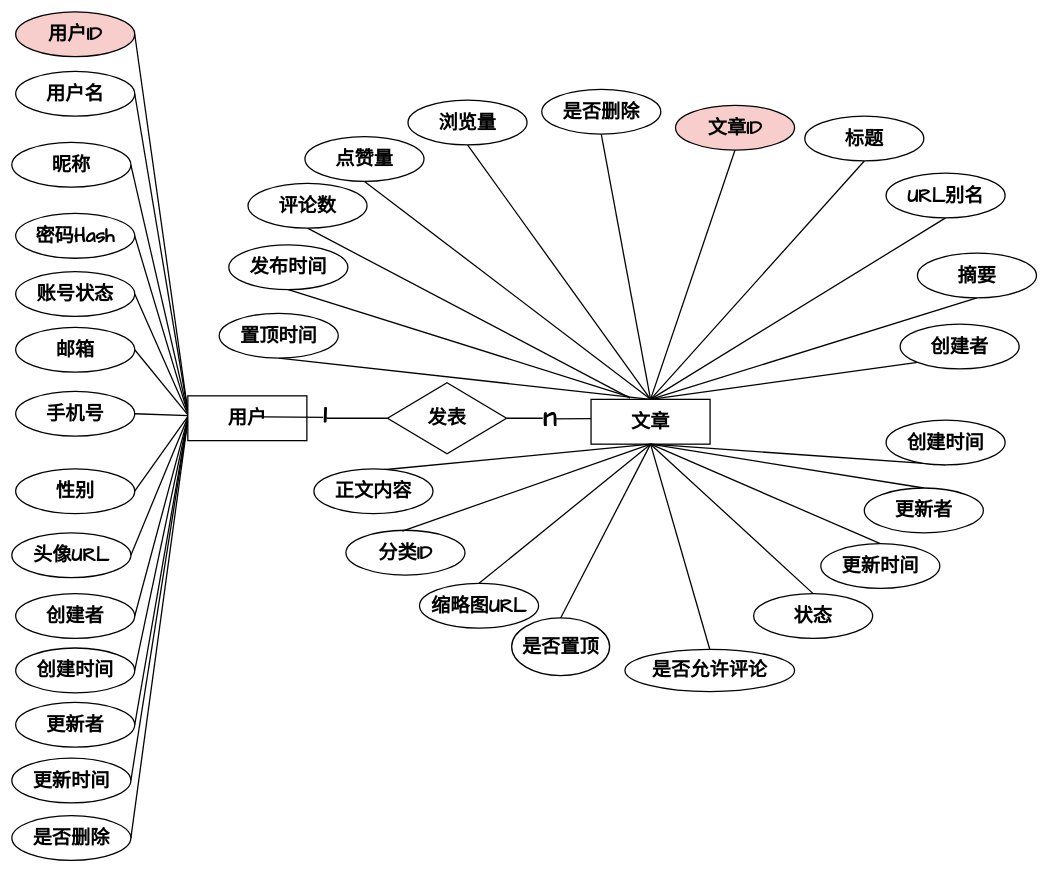
Above: graph/文章核心模块.drawio in zhangbird050801/bird-blog (draw.io), before the change. Source tidied: cells renumbered, new cells numbered last; positions are measured from the earlier drawing's top-left corner, leaving out a move shared by most shapes. Both pictures are drawn from the tidied source at 64%, with x=0, y=0 at pixel (12, 12).
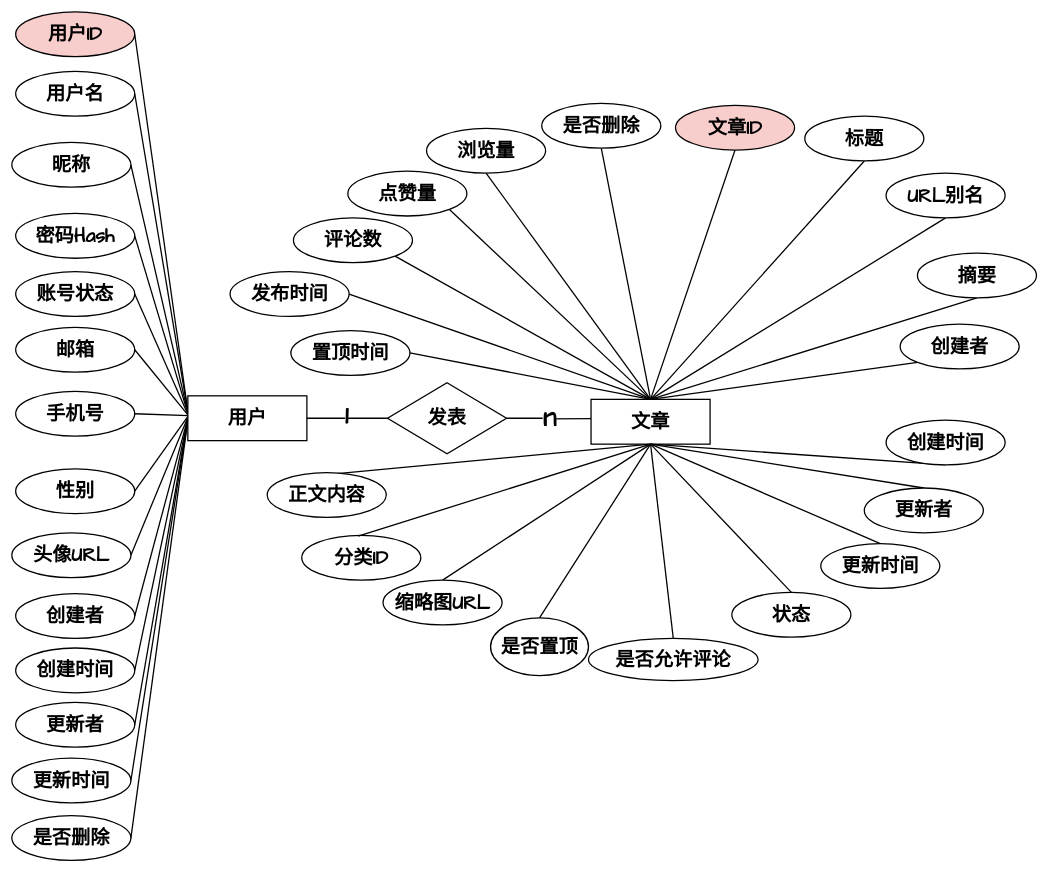
After the change.

Commit message (it also covers changes not shown here):
更新文章核心模块.drawio

The change refers to these unchanged cells:
```xml
<mxCell id="29" value="用户" style="rounded=0;whiteSpace=wrap;html=1;fontSize=30;fontFamily=Comic Sans MS;strokeColor=default;strokeWidth=2;align=center;verticalAlign=middle;fontColor=default;labelBackgroundColor=default;fontStyle=1;" parent="1" vertex="1">
  <mxGeometry x="275" y="600" width="186" height="70" as="geometry" />
</mxCell>
<mxCell id="35" value="发表" style="rhombus;whiteSpace=wrap;html=1;fontSize=30;fontFamily=Comic Sans MS;rounded=0;strokeColor=default;strokeWidth=2;align=center;verticalAlign=middle;fontColor=default;labelBackgroundColor=default;fontStyle=1;" parent="1" vertex="1">
  <mxGeometry x="587" y="579.5" width="186" height="111" as="geometry" />
</mxCell>
<mxCell id="36" value="文章" style="rounded=0;whiteSpace=wrap;html=1;fontSize=30;fontFamily=Comic Sans MS;strokeColor=default;strokeWidth=2;align=center;verticalAlign=middle;fontColor=default;labelBackgroundColor=default;fontStyle=1;" parent="1" vertex="1">
  <mxGeometry x="905" y="605.5" width="186" height="70" as="geometry" />
</mxCell>
```

What changed in the source:
```diff
@@
-    <mxCell id="31" style="edgeStyle=orthogonalEdgeStyle;rounded=0;jettySize=auto;html=1;exitX=1;exitY=0.5;exitDx=0;exitDy=0;entryX=0;entryY=0.5;entryDx=0;entryDy=0;endArrow=none;endFill=0;fontSize=30;fontFamily=Comic Sans MS;strokeColor=default;strokeWidth=2;align=center;verticalAlign=middle;fontColor=default;labelBackgroundColor=default;fontStyle=1;" parent="1" edge="1" target="35">
-      <mxGeometry relative="1" as="geometry">
-        <mxPoint x="394" y="633" as="sourcePoint" />
-      </mxGeometry>
+    <mxCell id="31" style="edgeStyle=orthogonalEdgeStyle;rounded=0;jettySize=auto;html=1;entryX=0;entryY=0.5;entryDx=0;entryDy=0;endArrow=none;endFill=0;fontSize=30;fontFamily=Comic Sans MS;strokeColor=default;strokeWidth=2;align=center;verticalAlign=middle;fontColor=default;labelBackgroundColor=default;fontStyle=1;exitX=1;exitY=0.5;exitDx=0;exitDy=0;" parent="1" edge="1" source="29" target="35">
+      <mxGeometry relative="1" as="geometry" />
     </mxCell>
@@
     <mxCell id="50" value="正文内容" style="whiteSpace=wrap;html=1;shape=ellipse;perimeter=ellipsePerimeter;fontSize=30;fontFamily=Comic Sans MS;rounded=0;strokeColor=default;strokeWidth=2;align=center;verticalAlign=middle;fontColor=default;labelBackgroundColor=default;fontStyle=1;" parent="1" vertex="1">
-      <mxGeometry x="472" y="714" width="186" height="70" as="geometry" />
+      <mxGeometry x="399" y="720" width="186" height="70" as="geometry" />
     </mxCell>
@@
     <mxCell id="54" value="是否删除" style="whiteSpace=wrap;html=1;shape=ellipse;perimeter=ellipsePerimeter;fontSize=30;fontFamily=Comic Sans MS;rounded=0;strokeColor=default;strokeWidth=2;align=center;verticalAlign=middle;fontColor=default;labelBackgroundColor=default;fontStyle=1;" parent="1" vertex="1">
-      <mxGeometry x="828" y="121" width="186" height="70" as="geometry" />
+      <mxGeometry x="828" y="143" width="186" height="70" as="geometry" />
     </mxCell>
     <mxCell id="55" value="是否置顶" style="whiteSpace=wrap;html=1;shape=ellipse;perimeter=ellipsePerimeter;fontSize=30;fontFamily=Comic Sans MS;rounded=0;strokeColor=default;strokeWidth=2;align=center;verticalAlign=middle;fontColor=default;labelBackgroundColor=default;fontStyle=1;" parent="1" vertex="1">
-      <mxGeometry x="781" y="947" width="153" height="90" as="geometry" />
+      <mxGeometry x="748" y="947" width="153" height="90" as="geometry" />
     </mxCell>
@@
     <mxCell id="57" value="缩略图URL" style="whiteSpace=wrap;html=1;shape=ellipse;perimeter=ellipsePerimeter;fontSize=30;fontFamily=Comic Sans MS;rounded=0;strokeColor=default;strokeWidth=2;align=center;verticalAlign=middle;fontColor=default;labelBackgroundColor=default;fontStyle=1;" parent="1" vertex="1">
-      <mxGeometry x="637" y="893" width="186" height="70" as="geometry" />
+      <mxGeometry x="580" y="888" width="186" height="70" as="geometry" />
     </mxCell>
@@
     <mxCell id="59" value="状态" style="whiteSpace=wrap;html=1;rounded=0;shape=ellipse;perimeter=ellipsePerimeter;fontSize=30;fontFamily=Comic Sans MS;strokeColor=default;strokeWidth=2;align=center;verticalAlign=middle;fontColor=default;labelBackgroundColor=default;fontStyle=1;" parent="1" vertex="1">
-      <mxGeometry x="1159" y="909" width="186" height="70" as="geometry" />
+      <mxGeometry x="1125" y="907" width="186" height="70" as="geometry" />
     </mxCell>
     <mxCell id="60" value="是否允许评论" style="whiteSpace=wrap;html=1;shape=ellipse;perimeter=ellipsePerimeter;fontSize=30;fontFamily=Comic Sans MS;rounded=0;strokeColor=default;strokeWidth=2;align=center;verticalAlign=middle;fontColor=default;labelBackgroundColor=default;fontStyle=1;" parent="1" vertex="1">
-      <mxGeometry x="958" y="996" width="265" height="66" as="geometry" />
+      <mxGeometry x="901" y="979" width="265" height="66" as="geometry" />
     </mxCell>
-    <mxCell id="61" style="rounded=0;jettySize=auto;html=1;exitX=0.5;exitY=1;exitDx=0;exitDy=0;endArrow=none;endFill=0;fontSize=30;fontFamily=Comic Sans MS;entryX=0.5;entryY=0;entryDx=0;entryDy=0;strokeColor=default;strokeWidth=2;align=center;verticalAlign=middle;fontColor=default;labelBackgroundColor=default;fontStyle=1;" parent="1" edge="1" source="62" target="36">
+    <mxCell id="61" style="rounded=0;jettySize=auto;html=1;exitX=1;exitY=0.5;exitDx=0;exitDy=0;endArrow=none;endFill=0;fontSize=30;fontFamily=Comic Sans MS;entryX=0.5;entryY=0;entryDx=0;entryDy=0;strokeColor=default;strokeWidth=2;align=center;verticalAlign=middle;fontColor=default;labelBackgroundColor=default;fontStyle=1;" parent="1" edge="1" source="62" target="36">
       <mxGeometry relative="1" as="geometry" />
     </mxCell>
     <mxCell id="62" value="置顶时间" style="whiteSpace=wrap;html=1;shape=ellipse;perimeter=ellipsePerimeter;fontSize=30;fontFamily=Comic Sans MS;rounded=0;strokeColor=default;strokeWidth=2;align=center;verticalAlign=middle;fontColor=default;labelBackgroundColor=default;fontStyle=1;" parent="1" vertex="1">
-      <mxGeometry x="324" y="471" width="186" height="70" as="geometry" />
+      <mxGeometry x="436" y="498" width="186" height="70" as="geometry" />
     </mxCell>
@@
     <mxCell id="64" value="浏览量" style="whiteSpace=wrap;html=1;shape=ellipse;perimeter=ellipsePerimeter;fontSize=30;fontFamily=Comic Sans MS;rounded=0;strokeColor=default;strokeWidth=2;align=center;verticalAlign=middle;fontColor=default;labelBackgroundColor=default;fontStyle=1;" parent="1" vertex="1">
-      <mxGeometry x="619" y="138" width="186" height="70" as="geometry" />
+      <mxGeometry x="648" y="182" width="186" height="70" as="geometry" />
     </mxCell>
-    <mxCell id="65" style="rounded=0;jettySize=auto;html=1;exitX=0.5;exitY=1;exitDx=0;exitDy=0;endArrow=none;endFill=0;fontSize=30;fontFamily=Comic Sans MS;strokeColor=default;strokeWidth=2;align=center;verticalAlign=middle;fontColor=default;labelBackgroundColor=default;fontStyle=1;" parent="1" edge="1" source="70">
-      <mxGeometry relative="1" as="geometry">
-        <mxPoint x="965" y="601.5" as="targetPoint" />
-      </mxGeometry>
+    <mxCell id="65" style="rounded=0;jettySize=auto;html=1;exitX=1;exitY=0.5;exitDx=0;exitDy=0;endArrow=none;endFill=0;fontSize=30;fontFamily=Comic Sans MS;strokeColor=default;strokeWidth=2;align=center;verticalAlign=middle;fontColor=default;labelBackgroundColor=default;fontStyle=1;entryX=0.5;entryY=0;entryDx=0;entryDy=0;" parent="1" edge="1" source="70" target="36">
+      <mxGeometry relative="1" as="geometry" />
     </mxCell>
-    <mxCell id="66" style="rounded=0;jettySize=auto;html=1;exitX=0.5;exitY=1;exitDx=0;exitDy=0;endArrow=none;endFill=0;fontSize=30;fontFamily=Comic Sans MS;strokeColor=default;strokeWidth=2;align=center;verticalAlign=middle;fontColor=default;labelBackgroundColor=default;fontStyle=1;" parent="1" edge="1" source="67">
-      <mxGeometry relative="1" as="geometry">
-        <mxPoint x="966" y="603.5" as="targetPoint" />
-      </mxGeometry>
+    <mxCell id="66" style="rounded=0;jettySize=auto;html=1;exitX=1;exitY=1;exitDx=0;exitDy=0;endArrow=none;endFill=0;fontSize=30;fontFamily=Comic Sans MS;strokeColor=default;strokeWidth=2;align=center;verticalAlign=middle;fontColor=default;labelBackgroundColor=default;fontStyle=1;entryX=0.5;entryY=0;entryDx=0;entryDy=0;" parent="1" edge="1" source="67" target="36">
+      <mxGeometry relative="1" as="geometry" />
     </mxCell>
     <mxCell id="67" value="评论数" style="whiteSpace=wrap;html=1;rounded=0;shape=ellipse;perimeter=ellipsePerimeter;fontSize=30;fontFamily=Comic Sans MS;strokeColor=default;strokeWidth=2;align=center;verticalAlign=middle;fontColor=default;labelBackgroundColor=default;fontStyle=1;" parent="1" vertex="1">
-      <mxGeometry x="369" y="268" width="186" height="70" as="geometry" />
+      <mxGeometry x="440" y="322" width="186" height="70" as="geometry" />
     </mxCell>
-    <mxCell id="68" style="rounded=0;jettySize=auto;html=1;exitX=0.5;exitY=1;exitDx=0;exitDy=0;endArrow=none;endFill=0;fontSize=30;fontFamily=Comic Sans MS;entryX=0.5;entryY=0;entryDx=0;entryDy=0;strokeColor=default;strokeWidth=2;align=center;verticalAlign=middle;fontColor=default;labelBackgroundColor=default;fontStyle=1;" parent="1" edge="1" source="69" target="36">
+    <mxCell id="68" style="rounded=0;jettySize=auto;html=1;exitX=1;exitY=1;exitDx=0;exitDy=0;endArrow=none;endFill=0;fontSize=30;fontFamily=Comic Sans MS;entryX=0.5;entryY=0;entryDx=0;entryDy=0;strokeColor=default;strokeWidth=2;align=center;verticalAlign=middle;fontColor=default;labelBackgroundColor=default;fontStyle=1;" parent="1" edge="1" source="69" target="36">
       <mxGeometry relative="1" as="geometry" />
     </mxCell>
     <mxCell id="69" value="点赞量" style="whiteSpace=wrap;html=1;shape=ellipse;perimeter=ellipsePerimeter;fontSize=30;fontFamily=Comic Sans MS;rounded=0;strokeColor=default;strokeWidth=2;align=center;verticalAlign=middle;fontColor=default;labelBackgroundColor=default;fontStyle=1;" parent="1" vertex="1">
-      <mxGeometry x="458" y="195" width="186" height="70" as="geometry" />
+      <mxGeometry x="525" y="249" width="186" height="70" as="geometry" />
     </mxCell>
     <mxCell id="70" value="发布时间" style="whiteSpace=wrap;html=1;shape=ellipse;perimeter=ellipsePerimeter;fontSize=30;fontFamily=Comic Sans MS;rounded=0;strokeColor=default;strokeWidth=2;align=center;verticalAlign=middle;fontColor=default;labelBackgroundColor=default;fontStyle=1;" parent="1" vertex="1">
-      <mxGeometry x="339" y="364" width="186" height="70" as="geometry" />
+      <mxGeometry x="341" y="406" width="186" height="70" as="geometry" />
     </mxCell>
@@
     <mxCell id="75" value="分类ID" style="whiteSpace=wrap;html=1;rounded=0;shape=ellipse;perimeter=ellipsePerimeter;fontSize=30;fontFamily=Comic Sans MS;strokeColor=default;strokeWidth=2;align=center;verticalAlign=middle;fontColor=default;labelBackgroundColor=default;fontStyle=1;" parent="1" vertex="1">
-      <mxGeometry x="522" y="810" width="186" height="70" as="geometry" />
+      <mxGeometry x="453" y="818" width="186" height="70" as="geometry" />
     </mxCell>
```
